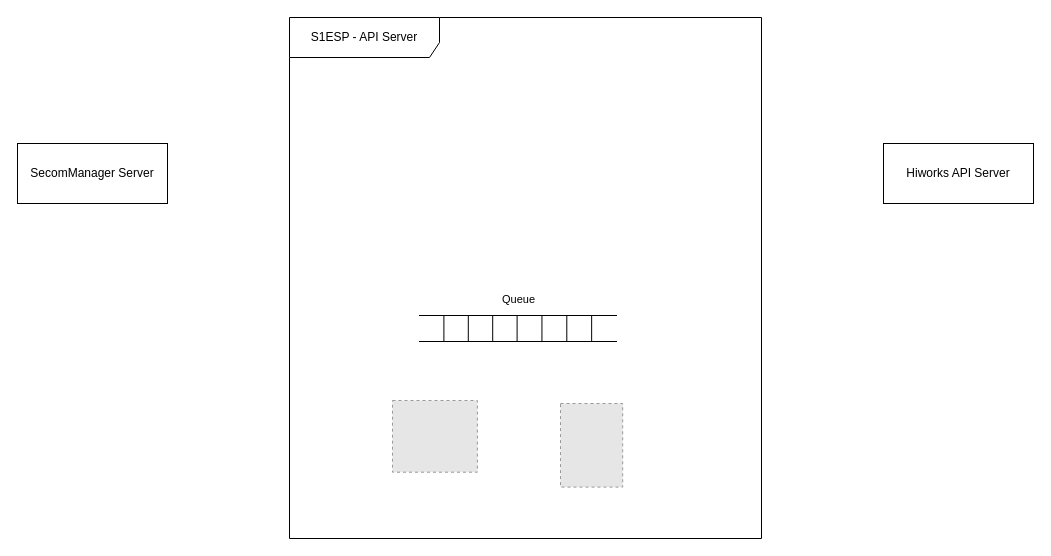
Earlier version of the draw.io diagram secom-highworks.drawio (djcho/draw-io-repo). Source tidied: cells renumbered, new cells numbered last; positions are measured from the earlier drawing's top-left corner, leaving out a move shared by most shapes. Both pictures are drawn from the tidied source at 100%, with x=0, y=0 at pixel (17, 17). Pictures stored in the file or linked from it are replaced by grey dashed boxes.
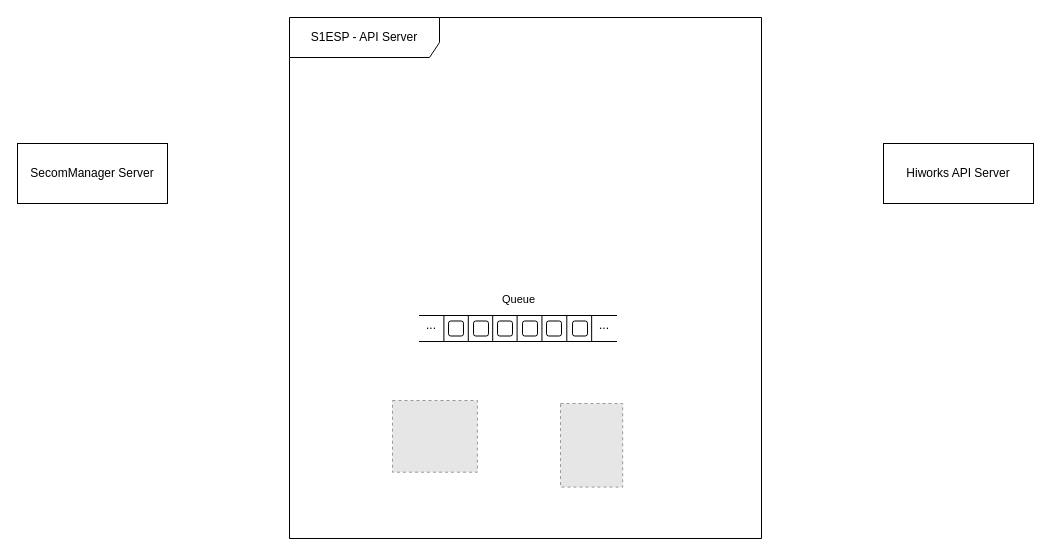
Above is the later version.

Unchanged cells that the change refers to:
```xml
<mxCell id="7" style="group;" parent="1" vertex="1">
  <mxGeometry x="402" y="298" width="197" height="26" as="geometry" />
</mxCell>
```

What changed in the source:
```diff
@@
+    <mxCell id="18" style="rounded=1;whiteSpace=wrap;html=1;" parent="7" vertex="1">
+      <mxGeometry x="78" y="5.5" width="15" height="15" as="geometry" />
+    </mxCell>
+    <mxCell id="19" style="rounded=1;whiteSpace=wrap;html=1;" parent="7" vertex="1">
+      <mxGeometry x="29" y="5.5" width="15" height="15" as="geometry" />
+    </mxCell>
+    <mxCell id="20" style="rounded=1;whiteSpace=wrap;html=1;" parent="7" vertex="1">
+      <mxGeometry x="54" y="5.5" width="15" height="15" as="geometry" />
+    </mxCell>
+    <mxCell id="21" style="rounded=1;whiteSpace=wrap;html=1;" parent="7" vertex="1">
+      <mxGeometry x="103" y="5.5" width="15" height="15" as="geometry" />
+    </mxCell>
+    <mxCell id="22" style="rounded=1;whiteSpace=wrap;html=1;" parent="7" vertex="1">
+      <mxGeometry x="127" y="5.5" width="15" height="15" as="geometry" />
+    </mxCell>
+    <mxCell id="23" style="rounded=1;whiteSpace=wrap;html=1;" parent="7" vertex="1">
+      <mxGeometry x="153" y="5.5" width="15" height="15" as="geometry" />
+    </mxCell>
+    <mxCell id="24" value="..." style="text;html=1;align=center;verticalAlign=bottom;whiteSpace=wrap;rounded=0;" parent="7" vertex="1">
+      <mxGeometry x="6" y="6.8" width="12" height="12.5" as="geometry" />
+    </mxCell>
+    <mxCell id="25" value="..." style="text;html=1;align=center;verticalAlign=bottom;whiteSpace=wrap;rounded=0;" parent="7" vertex="1">
+      <mxGeometry x="179" y="6.8" width="12" height="12.5" as="geometry" />
+    </mxCell>
```
